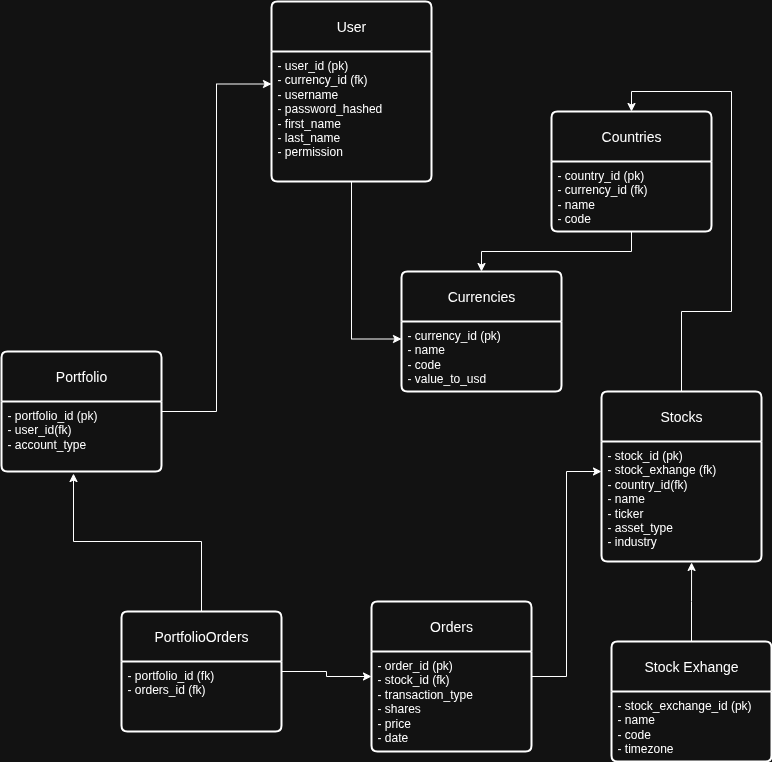
chaseltb/full-stack-stock-app keeps this draw.io diagram as ERD.png. Above is the earlier version. Source tidied: cells renumbered, new cells last; positions are measured from the earlier drawing's top-left corner, leaving out a move shared by most shapes.
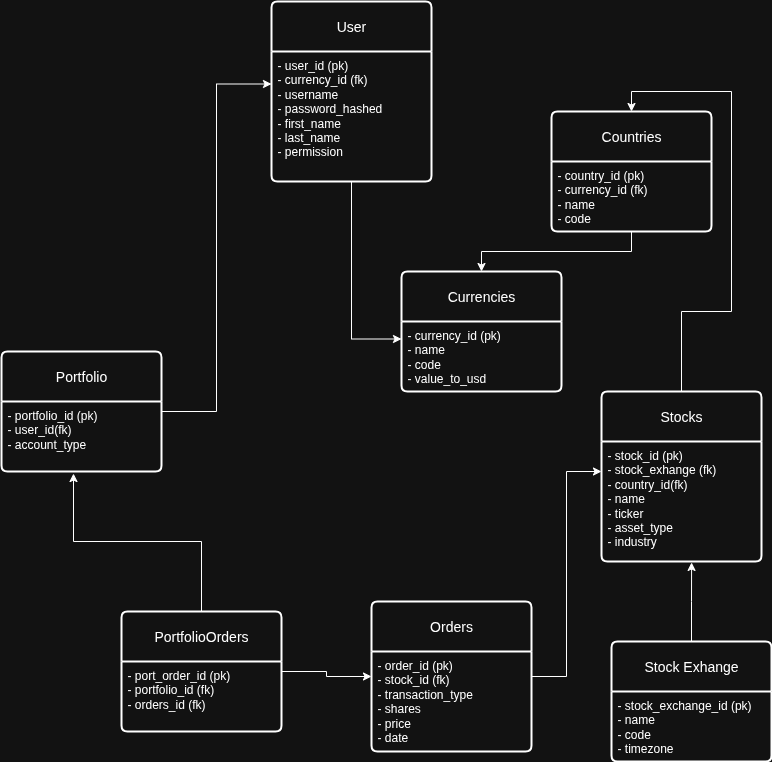
The same file after the commit.

Commit message:
pk added to portfolio_orders table

The edit, as a diff of the source:
```diff
@@ -56,7 +56,7 @@
     <mxCell id="19" value="PortfolioOrders" style="swimlane;horizontal=1;startSize=50;rounded=1;fontSize=14;fontStyle=0;strokeWidth=2;shadow=0;dashed=0;align=center;arcSize=4;whiteSpace=wrap;html=1;" parent="1" vertex="1">
       <mxGeometry x="120" y="610" width="160" height="120" as="geometry" />
     </mxCell>
-    <mxCell id="20" value="- portfolio_id (fk)&lt;div&gt;- orders_id (fk)&lt;/div&gt;" style="align=left;strokeColor=none;fillColor=none;spacingLeft=4;spacingRight=4;fontSize=12;verticalAlign=top;html=1;whiteSpace=wrap;" parent="19" vertex="1">
+    <mxCell id="20" value="&lt;div&gt;- port_order_id (pk)&lt;/div&gt;- portfolio_id (fk)&lt;div&gt;- orders_id (fk)&lt;/div&gt;" style="align=left;strokeColor=none;fillColor=none;spacingLeft=4;spacingRight=4;fontSize=12;verticalAlign=top;html=1;whiteSpace=wrap;" parent="19" vertex="1">
       <mxGeometry y="50" width="160" height="70" as="geometry" />
     </mxCell>
     <mxCell id="21" style="edgeStyle=orthogonalEdgeStyle;rounded=0;jettySize=auto;html=1;entryX=0.5;entryY=0;entryDx=0;entryDy=0;" parent="1" edge="1" source="14" target="8">
```
